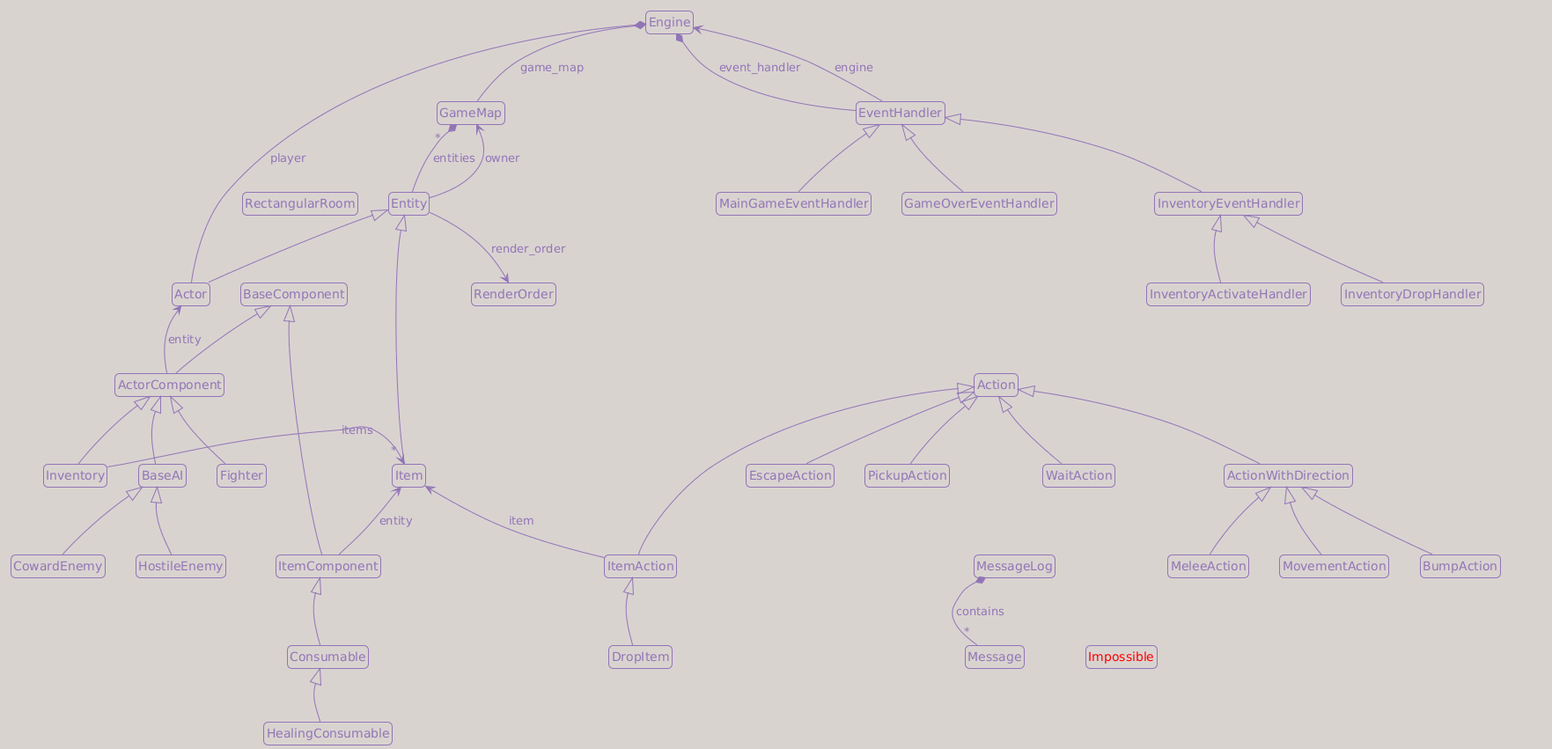
Above: content/tutorials/tcod/v3/images/part8_classes.png in Darky-Lucera/roguelike-tutorials-website (PlantUML), before the change.
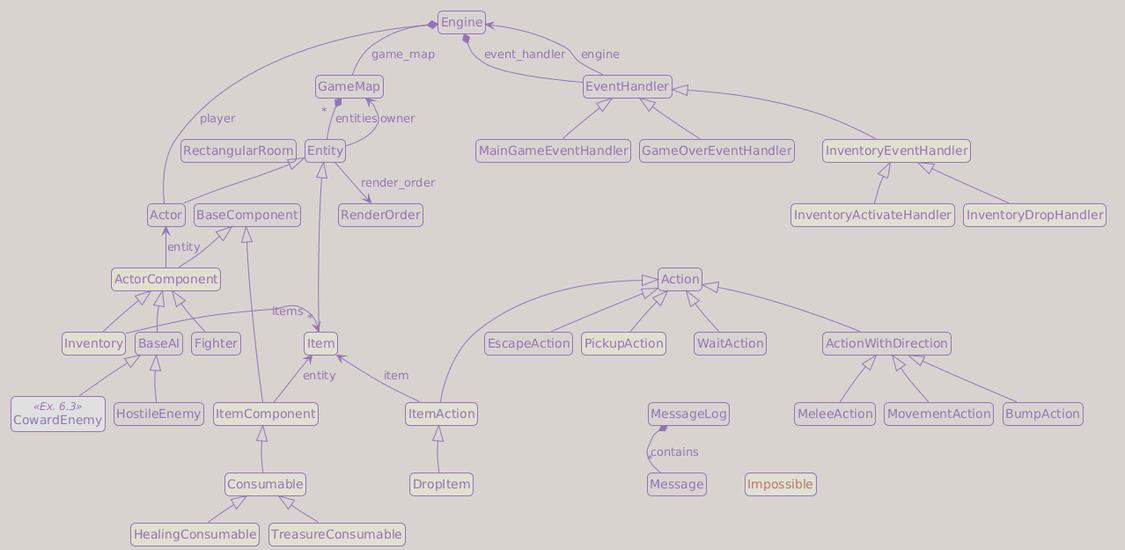
Above is the later version.

Commit message:
Part-8 split in two blocks. Easy to read

Change to the diagram source:
```diff
@@ -15,6 +15,9 @@
 skinparam noteBorderThickness 1
 skinparam noteMargin 2
 skinparam notePadding 2
+
+skinparam nodesep 10
+skinparam ranksep 30
 
 set namespaceSeparator none
 
@@ -38,7 +41,7 @@
 class "Actor" as game.entities.entity.Actor {
 }
 
-class "Item" as game.entities.entity.Item {
+class "Item" as game.entities.entity.Item #e0e0d0 {
 }
 
 class "BaseComponent" as game.entities.components.base_component.BaseComponent {
@@ -56,7 +59,7 @@
 class "RectangularRoom" as game.map.map_generator.RectangularRoom {
 }
 
-class "<color:red>Impossible</color>" as game.exceptions.Impossible {
+class "<color:#b57674>Impossible</color>" as game.exceptions.Impossible #e0e0d0 {
 }
 
 class "MainGameEventHandler" as game.input_handlers.MainGameEventHandler {
@@ -65,13 +68,13 @@
 class "GameOverEventHandler" as game.input_handlers.GameOverEventHandler {
 }
 
-class "InventoryEventHandler" as game.input_handlers.InventoryEventHandler {
+class "InventoryEventHandler" as game.input_handlers.InventoryEventHandler #e0e0d0 {
 }
 
-class "InventoryActivateHandler" as game.input_handlers.InventoryActivateHandler {
+class "InventoryActivateHandler" as game.input_handlers.InventoryActivateHandler #e0e0d0 {
 }
 
-class "InventoryDropHandler" as game.input_handlers.InventoryDropHandler {
+class "InventoryDropHandler" as game.input_handlers.InventoryDropHandler #e0e0d0 {
 }
 
 class "ActionWithDirection" as game.actions.ActionWithDirection {
@@ -92,22 +95,22 @@
 class "WaitAction" as game.actions.WaitAction {
 }
 
-class "PickupAction" as game.actions.PickupAction {
+class "PickupAction" as game.actions.PickupAction #e0e0d0 {
 }
 
-class "ItemAction" as game.actions.ItemAction {
+class "ItemAction" as game.actions.ItemAction #e0e0d0 {
 }
 
-class "DropItem" as game.actions.DropItem {
+class "DropItem" as game.actions.DropItem #e0e0d0 {
 }
 
-class "ActorComponent" as game.entities.components.base_component.ActorComponent {
+class "ActorComponent" as game.entities.components.base_component.ActorComponent #e0e0d0 {
 }
 
 class "Fighter" as game.entities.components.fighter.Fighter {
 }
 
-class "Inventory" as game.entities.components.inventory.Inventory {
+class "Inventory" as game.entities.components.inventory.Inventory #e0e0d0 {
 }
 
 class "BaseAI" as game.entities.components.ai.BaseAI {
@@ -116,16 +119,19 @@
 class "HostileEnemy" as game.entities.components.ai.HostileEnemy {
 }
 
-class "CowardEnemy" as game.entities.components.ai.CowardEnemy {
+class "CowardEnemy" as game.entities.components.ai.CowardEnemy <<Ex. 6.3>> #e0e0e0 {
 }
 
-class "ItemComponent" as game.entities.components.base_component.ItemComponent {
+class "ItemComponent" as game.entities.components.base_component.ItemComponent #e0e0d0 {
 }
 
-class "Consumable" as game.entities.components.consumable.Consumable {
+class "Consumable" as game.entities.components.consumable.Consumable #e0e0d0 {
 }
 
-class "HealingConsumable" as game.entities.components.consumable.HealingConsumable {
+class "HealingConsumable" as game.entities.components.consumable.HealingConsumable #e0e0d0 {
+}
+
+class "TreasureConsumable" as game.entities.components.consumable.TreasureConsumable #e0e0d0 {
 }
 
 
@@ -152,6 +158,7 @@
 game.entities.components.base_component.BaseComponent <|-- game.entities.components.base_component.ItemComponent
 game.entities.components.base_component.ItemComponent <|-- game.entities.components.consumable.Consumable
 game.entities.components.consumable.Consumable <|-- game.entities.components.consumable.HealingConsumable
+game.entities.components.consumable.Consumable <|-- game.entities.components.consumable.TreasureConsumable
 
 game.input_handlers.EventHandler <|-- game.input_handlers.MainGameEventHandler
 game.input_handlers.EventHandler <|-- game.input_handlers.GameOverEventHandler
@@ -221,6 +228,7 @@
 
 game.entities.components.base_component.ItemComponent -[hidden]down- game.entities.components.consumable.Consumable
 game.entities.components.consumable.Consumable -[hidden]down- game.entities.components.consumable.HealingConsumable
+game.entities.components.consumable.Consumable -[hidden]down- game.entities.components.consumable.TreasureConsumable
 
 game.input_handlers.EventHandler -[hidden]down- game.input_handlers.GameOverEventHandler
 game.input_handlers.EventHandler -[hidden]down- game.input_handlers.MainGameEventHandler
```
